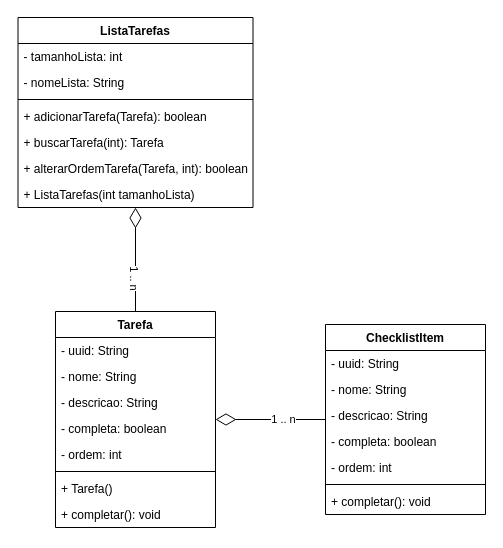
Before: page "LIstaTarefa" (3 of 7) of diagramas.drawio in hannaBanannaOF/entra21-git-inicio, a draw.io diagram. Source tidied: cells renumbered, new cells numbered last; positions are measured from the earlier drawing's top-left corner, leaving out a move shared by most shapes. Both pictures are drawn from the tidied source at 100%, with x=0, y=0 at pixel (17, 17).
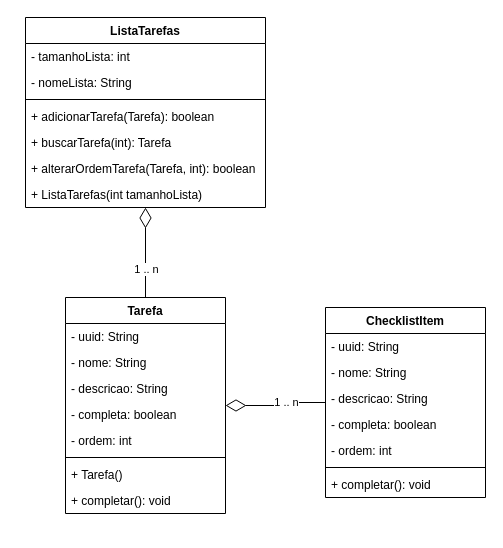
The same page after the edit.

Unchanged cells that the change refers to:
```xml
<mxCell id="11" style="edgeStyle=orthogonalEdgeStyle;rounded=0;jettySize=auto;html=1;exitX=0.5;exitY=1;exitDx=0;exitDy=0;entryX=0.5;entryY=0;entryDx=0;entryDy=0;endArrow=none;endFill=0;endSize=18;startArrow=diamondThin;startFill=0;startSize=18;" parent="1" edge="1" source="13" target="2">
  <mxGeometry relative="1" as="geometry" />
</mxCell>
```

What changed in the source:
```diff
@@
     <mxCell id="2" value="Tarefa" style="swimlane;fontStyle=1;align=center;verticalAlign=top;horizontal=1;startSize=26;" parent="1" vertex="1">
-      <mxGeometry x="38" y="294" width="160" height="216" as="geometry" />
+      <mxGeometry x="48" y="280" width="160" height="216" as="geometry" />
     </mxCell>
@@
-    <mxCell id="12" value="1 .. n" style="edgeLabel;html=1;align=center;verticalAlign=middle;rotation=90;" parent="11" vertex="1">
+    <mxCell id="12" value="1 .. n" style="edgeLabel;html=1;align=center;verticalAlign=middle;rotation=0;" parent="11" vertex="1">
       <mxGeometry x="0.21" y="5" relative="1" as="geometry">
         <mxPoint x="-5" y="7" as="offset" />
       </mxGeometry>
     </mxCell>
     <mxCell id="13" value="ListaTarefas" style="swimlane;fontStyle=1;align=center;verticalAlign=top;horizontal=1;startSize=26;" parent="1" vertex="1">
-      <mxGeometry x="0.5" width="235" height="190" as="geometry" />
+      <mxGeometry x="8" width="240" height="190" as="geometry" />
     </mxCell>
     <mxCell id="14" value="- tamanhoLista: int" style="text;strokeColor=none;fillColor=none;align=left;verticalAlign=top;spacingLeft=4;spacingRight=4;overflow=hidden;" parent="13" vertex="1">
-      <mxGeometry y="26" width="235" height="26" as="geometry" />
+      <mxGeometry y="26" width="240" height="26" as="geometry" />
     </mxCell>
     <mxCell id="15" value="- nomeLista: String" style="text;strokeColor=none;fillColor=none;align=left;verticalAlign=top;spacingLeft=4;spacingRight=4;overflow=hidden;" parent="13" vertex="1">
-      <mxGeometry y="52" width="235" height="26" as="geometry" />
+      <mxGeometry y="52" width="240" height="26" as="geometry" />
     </mxCell>
     <mxCell id="16" style="line;strokeWidth=1;fillColor=none;align=left;verticalAlign=middle;spacingTop=-1;spacingLeft=3;spacingRight=3;labelPosition=right;" parent="13" vertex="1">
-      <mxGeometry y="78" width="235" height="8" as="geometry" />
+      <mxGeometry y="78" width="240" height="8" as="geometry" />
     </mxCell>
     <mxCell id="17" value="+ adicionarTarefa(Tarefa): boolean" style="text;strokeColor=none;fillColor=none;align=left;verticalAlign=top;spacingLeft=4;spacingRight=4;overflow=hidden;" parent="13" vertex="1">
-      <mxGeometry y="86" width="235" height="26" as="geometry" />
+      <mxGeometry y="86" width="240" height="26" as="geometry" />
     </mxCell>
     <mxCell id="18" value="+ buscarTarefa(int): Tarefa" style="text;strokeColor=none;fillColor=none;align=left;verticalAlign=top;spacingLeft=4;spacingRight=4;overflow=hidden;" parent="13" vertex="1">
-      <mxGeometry y="112" width="235" height="26" as="geometry" />
+      <mxGeometry y="112" width="240" height="26" as="geometry" />
     </mxCell>
     <mxCell id="19" value="+ alterarOrdemTarefa(Tarefa, int): boolean" style="text;strokeColor=none;fillColor=none;align=left;verticalAlign=top;spacingLeft=4;spacingRight=4;overflow=hidden;" parent="13" vertex="1">
-      <mxGeometry y="138" width="235" height="26" as="geometry" />
+      <mxGeometry y="138" width="240" height="26" as="geometry" />
     </mxCell>
     <mxCell id="20" value="+ ListaTarefas(int tamanhoLista)" style="text;strokeColor=none;fillColor=none;align=left;verticalAlign=top;spacingLeft=4;spacingRight=4;overflow=hidden;" parent="13" vertex="1">
-      <mxGeometry y="164" width="235" height="26" as="geometry" />
+      <mxGeometry y="164" width="240" height="26" as="geometry" />
     </mxCell>
@@
     <mxCell id="23" value="ChecklistItem" style="swimlane;fontStyle=1;align=center;verticalAlign=top;horizontal=1;startSize=26;" parent="1" vertex="1">
-      <mxGeometry x="308" y="307" width="160" height="190" as="geometry" />
+      <mxGeometry x="308" y="290" width="160" height="190" as="geometry" />
     </mxCell>
```
